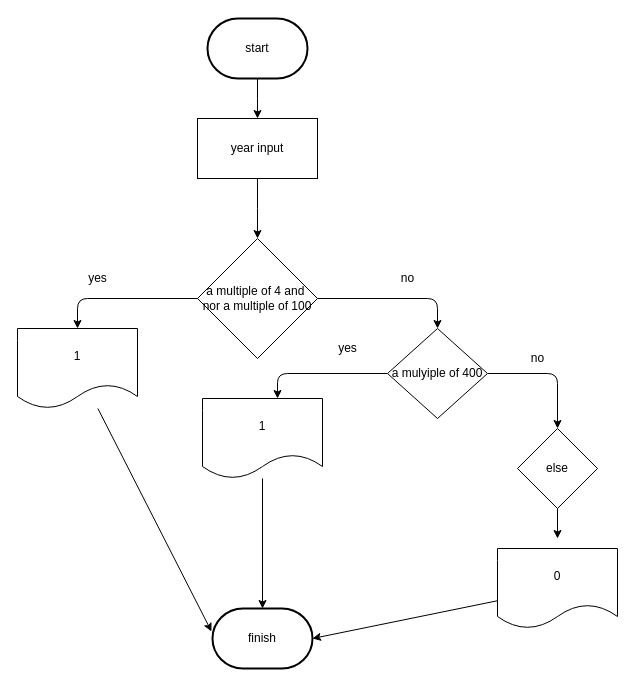
Before: stage/02_conditional/2753.drawio in Gyeongrok-Oh/boj, a draw.io diagram. Source tidied: cells renumbered, new cells numbered last; positions are measured from the earlier drawing's top-left corner, leaving out a move shared by most shapes. Both pictures are drawn from the tidied source at 100%, with x=0, y=0 at pixel (17, 18).
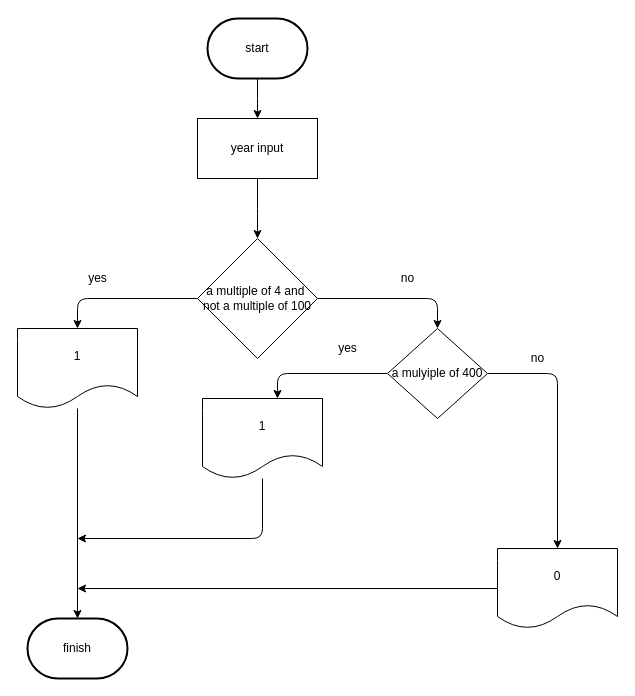
Above is the later version.

Unchanged cells that the change refers to:
```xml
<mxCell id="11" value="1" style="shape=document;whiteSpace=wrap;html=1;boundedLbl=1;" parent="1" vertex="1">
  <mxGeometry y="310" width="120" height="80" as="geometry" />
</mxCell>
<mxCell id="14" value="a mulyiple of 400" style="rhombus;whiteSpace=wrap;html=1;" parent="1" vertex="1">
  <mxGeometry x="370" y="310" width="100" height="90" as="geometry" />
</mxCell>
<mxCell id="16" value="1" style="shape=document;whiteSpace=wrap;html=1;boundedLbl=1;" parent="1" vertex="1">
  <mxGeometry x="185" y="380" width="120" height="80" as="geometry" />
</mxCell>
<mxCell id="20" value="0" style="shape=document;whiteSpace=wrap;html=1;boundedLbl=1;" parent="1" vertex="1">
  <mxGeometry x="480" y="530" width="120" height="80" as="geometry" />
</mxCell>
```

Diff of the diagram source:
```diff
@@
     <mxCell id="6" value="finish" style="strokeWidth=2;html=1;shape=mxgraph.flowchart.terminator;whiteSpace=wrap;" parent="1" vertex="1">
-      <mxGeometry x="195" y="590" width="100" height="60" as="geometry" />
+      <mxGeometry x="10" y="600" width="100" height="60" as="geometry" />
     </mxCell>
@@
-    <mxCell id="9" value="&lt;span&gt;a multiple of 4 and&amp;nbsp;&lt;/span&gt;&lt;br&gt;&lt;span&gt;nor a multiple of 100&lt;/span&gt;" style="rhombus;whiteSpace=wrap;html=1;" parent="1" vertex="1">
+    <mxCell id="9" value="&lt;span&gt;a multiple of 4 and&amp;nbsp;&lt;/span&gt;&lt;br&gt;&lt;span&gt;not a multiple of 100&lt;/span&gt;" style="rhombus;whiteSpace=wrap;html=1;" parent="1" vertex="1">
       <mxGeometry x="180" y="220" width="120" height="120" as="geometry" />
     </mxCell>
-    <mxCell id="10" style="edgeStyle=none;html=1;entryX=-0.01;entryY=0.383;entryDx=0;entryDy=0;entryPerimeter=0;" parent="1" edge="1" source="11" target="6">
+    <mxCell id="10" style="edgeStyle=none;html=1;entryX=0.5;entryY=0;entryDx=0;entryDy=0;entryPerimeter=0;" parent="1" edge="1" source="11" target="6">
       <mxGeometry relative="1" as="geometry" />
     </mxCell>
@@
-    <mxCell id="13" style="edgeStyle=none;html=1;" parent="1" edge="1" source="14">
+    <mxCell id="13" style="edgeStyle=none;html=1;entryX=0.5;entryY=0;entryDx=0;entryDy=0;" parent="1" edge="1" source="14" target="20">
       <mxGeometry relative="1" as="geometry">
-        <mxPoint x="540" y="410" as="targetPoint" />
         <Array as="points">
           <mxPoint x="540" y="355" />
         </Array>
       </mxGeometry>
     </mxCell>
@@
-    <mxCell id="15" style="edgeStyle=none;html=1;entryX=0.5;entryY=0;entryDx=0;entryDy=0;entryPerimeter=0;" parent="1" edge="1" source="16" target="6">
-      <mxGeometry relative="1" as="geometry" />
+    <mxCell id="15" style="edgeStyle=none;html=1;" parent="1" edge="1" source="16">
+      <mxGeometry relative="1" as="geometry">
+        <mxPoint x="60" y="520" as="targetPoint" />
+        <Array as="points">
+          <mxPoint x="245" y="520" />
+        </Array>
+      </mxGeometry>
     </mxCell>
@@
-    <mxCell id="17" style="edgeStyle=none;html=1;" parent="1" edge="1" source="18">
-      <mxGeometry relative="1" as="geometry">
-        <mxPoint x="540" y="520" as="targetPoint" />
-      </mxGeometry>
-    </mxCell>
-    <mxCell id="18" value="else" style="rhombus;whiteSpace=wrap;html=1;" parent="1" vertex="1">
-      <mxGeometry x="500" y="410" width="80" height="80" as="geometry" />
-    </mxCell>
-    <mxCell id="19" style="edgeStyle=none;html=1;entryX=1;entryY=0.5;entryDx=0;entryDy=0;entryPerimeter=0;" parent="1" edge="1" source="20" target="6">
-      <mxGeometry relative="1" as="geometry" />
+    <mxCell id="19" style="edgeStyle=none;html=1;" parent="1" edge="1" source="20">
+      <mxGeometry relative="1" as="geometry">
+        <mxPoint x="60" y="570" as="targetPoint" />
+      </mxGeometry>
     </mxCell>
```
